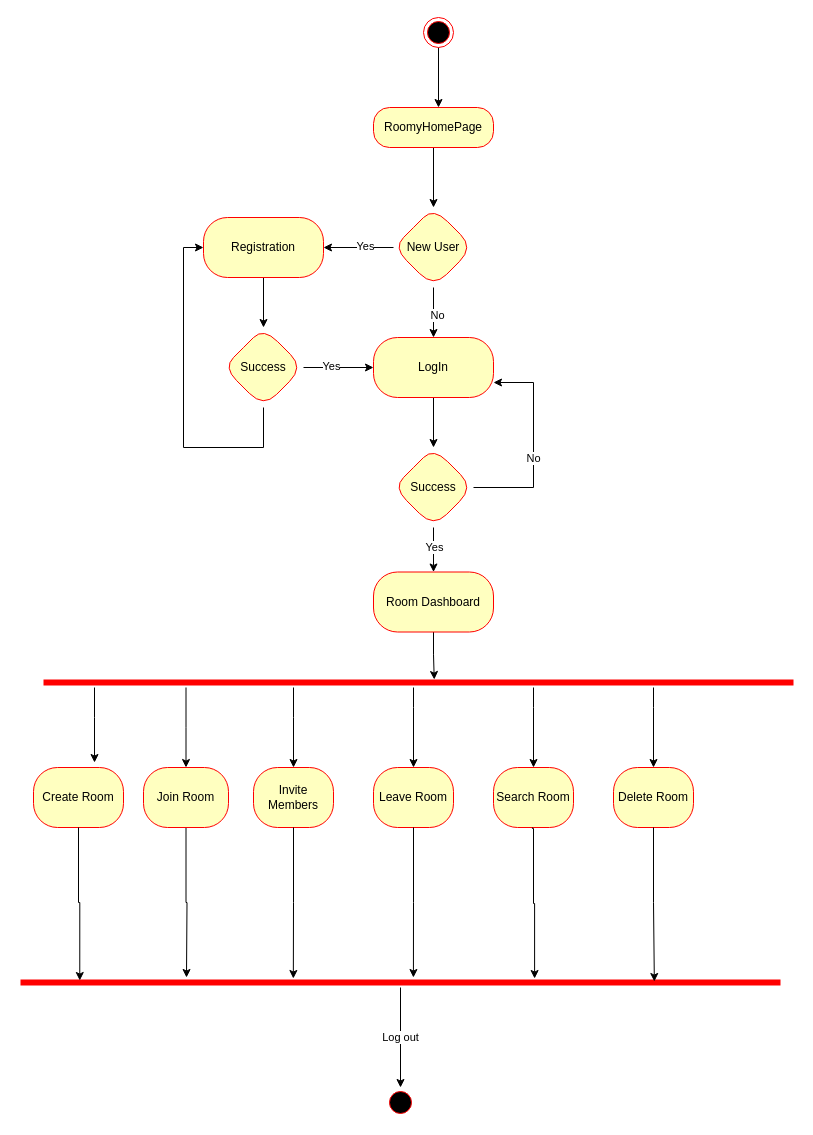
Earlier version of the draw.io diagram Activity diagram.drawio (Mharis64/Software-Design-and-Architecture). Source tidied: cells renumbered, new cells numbered last; positions are measured from the earlier drawing's top-left corner, leaving out a move shared by most shapes. Both pictures are drawn from the tidied source at 100%, with x=0, y=0 at pixel (20, 17).
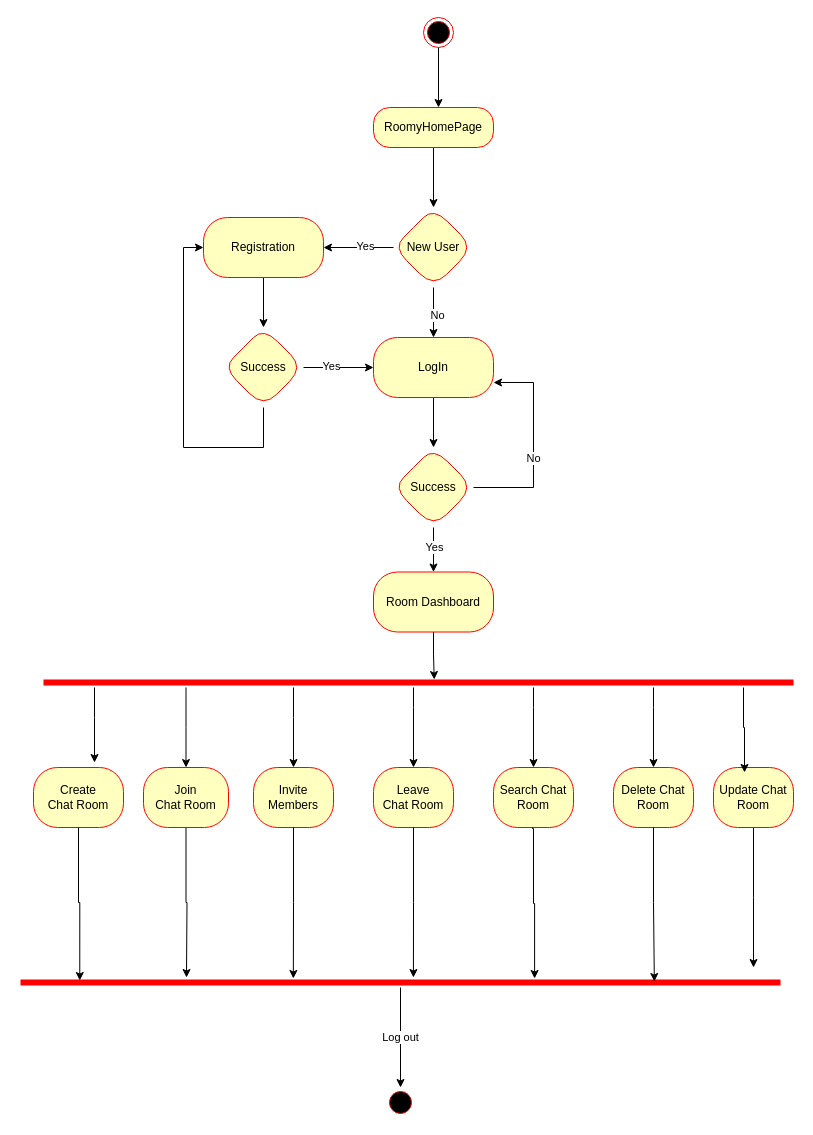
The same diagram, later.

The change refers to these unchanged cells:
```xml
<mxCell id="29" style="shape=line;html=1;strokeWidth=6;strokeColor=#ff0000;" parent="1" vertex="1">
  <mxGeometry x="23" y="660" width="750" height="10" as="geometry" />
</mxCell>
```

Diff of the diagram source:
```diff
@@
-    <mxCell id="30" value="Create Room" style="whiteSpace=wrap;html=1;fillColor=#ffffc0;strokeColor=#ff0000;fontColor=#000000;rounded=1;arcSize=40;" parent="1" vertex="1">
+    <mxCell id="30" value="Create Chat&amp;nbsp;Room" style="whiteSpace=wrap;html=1;fillColor=#ffffc0;strokeColor=#ff0000;fontColor=#000000;rounded=1;arcSize=40;" parent="1" vertex="1">
       <mxGeometry x="13" y="750" width="90" height="60" as="geometry" />
     </mxCell>
@@
-    <mxCell id="32" value="Join Room" style="whiteSpace=wrap;html=1;fillColor=#ffffc0;strokeColor=#ff0000;fontColor=#000000;rounded=1;arcSize=40;" parent="1" vertex="1">
+    <mxCell id="32" value="Join Chat&amp;nbsp;Room" style="whiteSpace=wrap;html=1;fillColor=#ffffc0;strokeColor=#ff0000;fontColor=#000000;rounded=1;arcSize=40;" parent="1" vertex="1">
       <mxGeometry x="123" y="750" width="85" height="60" as="geometry" />
     </mxCell>
-    <mxCell id="33" value="Delete Room" style="whiteSpace=wrap;html=1;fillColor=#ffffc0;strokeColor=#ff0000;fontColor=#000000;rounded=1;arcSize=40;" parent="1" vertex="1">
+    <mxCell id="33" value="Delete Chat Room" style="whiteSpace=wrap;html=1;fillColor=#ffffc0;strokeColor=#ff0000;fontColor=#000000;rounded=1;arcSize=40;" parent="1" vertex="1">
       <mxGeometry x="593" y="750" width="80" height="60" as="geometry" />
     </mxCell>
-    <mxCell id="34" value="Search Room" style="whiteSpace=wrap;html=1;fillColor=#ffffc0;strokeColor=#ff0000;fontColor=#000000;rounded=1;arcSize=40;" parent="1" vertex="1">
+    <mxCell id="34" value="Search Chat Room" style="whiteSpace=wrap;html=1;fillColor=#ffffc0;strokeColor=#ff0000;fontColor=#000000;rounded=1;arcSize=40;" parent="1" vertex="1">
       <mxGeometry x="473" y="750" width="80" height="60" as="geometry" />
     </mxCell>
-    <mxCell id="35" value="Leave Room" style="whiteSpace=wrap;html=1;fillColor=#ffffc0;strokeColor=#ff0000;fontColor=#000000;rounded=1;arcSize=40;" parent="1" vertex="1">
+    <mxCell id="35" value="Leave Chat&amp;nbsp;Room" style="whiteSpace=wrap;html=1;fillColor=#ffffc0;strokeColor=#ff0000;fontColor=#000000;rounded=1;arcSize=40;" parent="1" vertex="1">
       <mxGeometry x="353" y="750" width="80" height="60" as="geometry" />
     </mxCell>
@@
+    <mxCell id="48" style="edgeStyle=orthogonalEdgeStyle;rounded=0;jettySize=auto;html=1;" parent="1" edge="1" source="49">
+      <mxGeometry relative="1" as="geometry">
+        <mxPoint x="733" y="950" as="targetPoint" />
+      </mxGeometry>
+    </mxCell>
+    <mxCell id="49" value="Update Chat Room" style="whiteSpace=wrap;html=1;fillColor=#ffffc0;strokeColor=#ff0000;fontColor=#000000;rounded=1;arcSize=40;" parent="1" vertex="1">
+      <mxGeometry x="693" y="750" width="80" height="60" as="geometry" />
+    </mxCell>
+    <mxCell id="50" style="edgeStyle=orthogonalEdgeStyle;rounded=0;jettySize=auto;html=1;entryX=0.388;entryY=0.083;entryDx=0;entryDy=0;entryPerimeter=0;" parent="1" edge="1" source="29" target="49">
+      <mxGeometry relative="1" as="geometry">
+        <Array as="points">
+          <mxPoint x="723" y="710" />
+          <mxPoint x="724" y="710" />
+        </Array>
+      </mxGeometry>
+    </mxCell>
```
